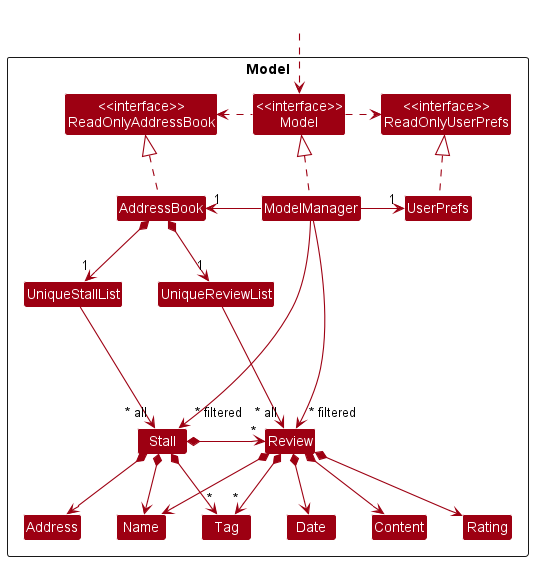
Above: docs/images/ModelClassDiagram.png in nus-cs2103-AY2223S1/tp (PlantUML), before the change.
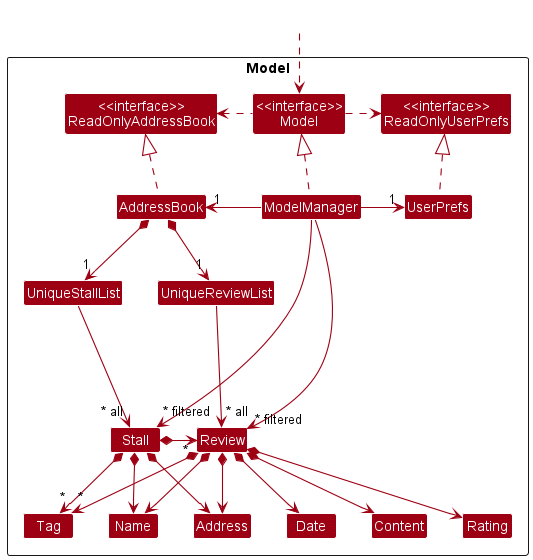
After the change.

Diff of the diagram source:
```diff
@@ -49,6 +49,7 @@
 Review *--> Content
 Review *--> Rating
 Review *--> Name
+Review *--> Address
 Review *--> "*" Tag
 
 ModelManager -->"~* filtered" Stall
```
